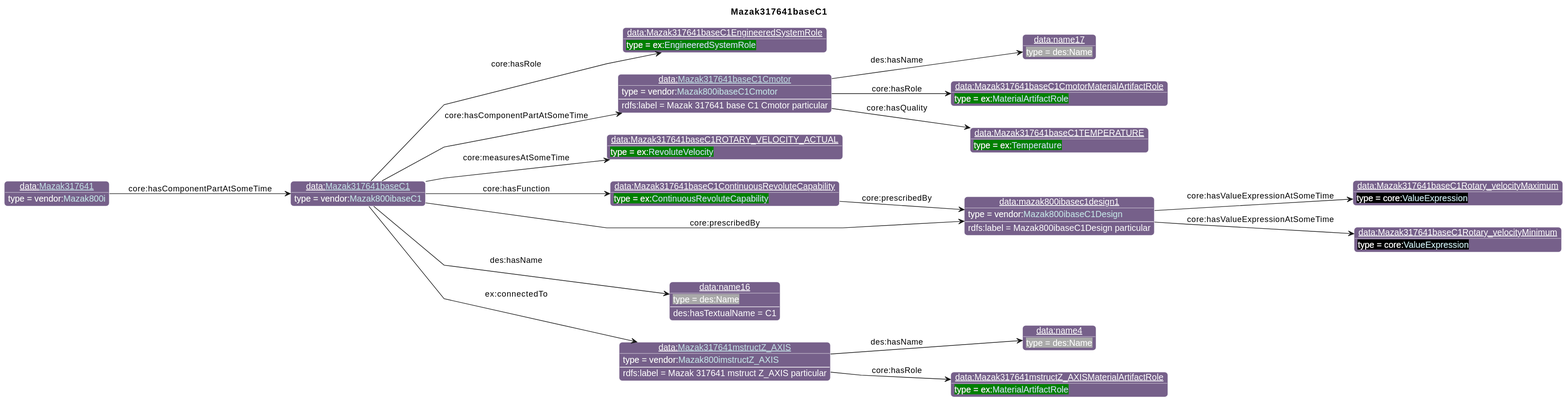
This is diagrams/Mazak317641baseC1.svg from iofoundry/example-syseng-mtconnect, a PlantUML export, as it was before one commit.
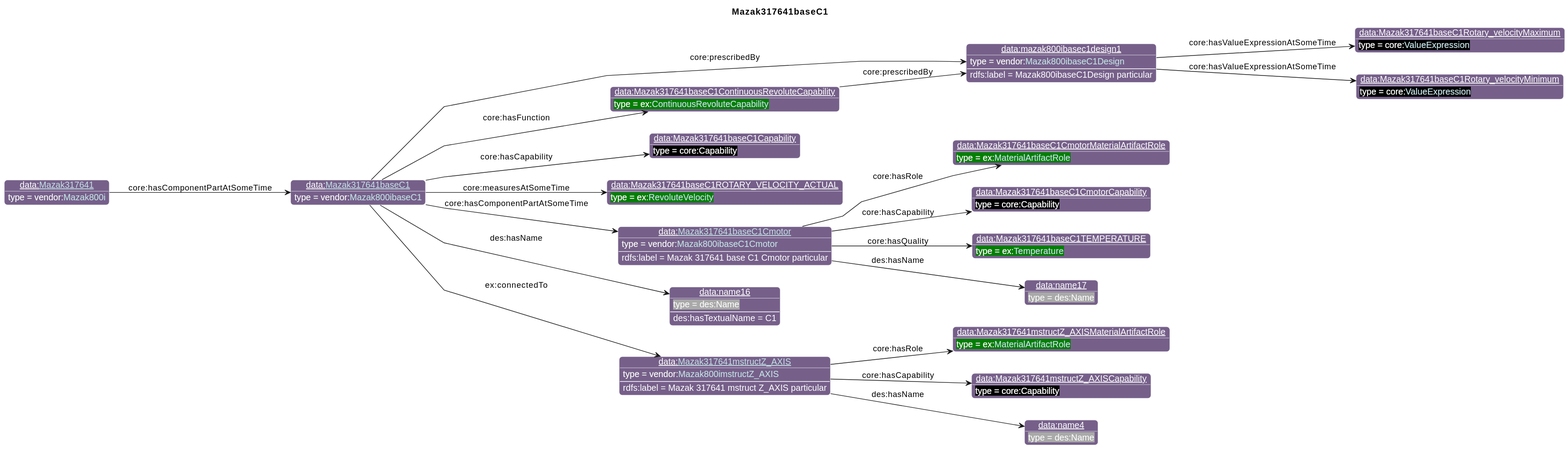
After the commit.

Change to the diagram source:
```diff
@@ -26,39 +26,43 @@
                       "qp":"641B2E"
       }
 individual(o0, data:[[./Mazak317641baseC1.html Mazak317641baseC1]], vendor:[[../Mazak.html#Mazak800ibaseC1 Mazak800ibaseC1]])
-individual(o1, data:Mazak317641baseC1EngineeredSystemRole, ex:[[../Example.html#EngineeredSystemRole EngineeredSystemRole]])
-individual(o2, data:mazak800ibasec1design1, vendor:[[../Mazak.html#Mazak800ibaseC1Design Mazak800ibaseC1Design]])
-individual(o3, data:Mazak317641baseC1Rotary_velocityMaximum, core:[[https://spec.industrialontologies.org/ontology/core/Core/ValueExpression ValueExpression]])
-individual(o4, data:Mazak317641baseC1Rotary_velocityMinimum, core:[[https://spec.industrialontologies.org/ontology/core/Core/ValueExpression ValueExpression]])
+individual(o1, data:mazak800ibasec1design1, vendor:[[../Mazak.html#Mazak800ibaseC1Design Mazak800ibaseC1Design]])
+individual(o2, data:Mazak317641baseC1Rotary_velocityMaximum, core:[[https://spec.industrialontologies.org/ontology/core/Core/ValueExpression ValueExpression]])
+individual(o3, data:Mazak317641baseC1Rotary_velocityMinimum, core:[[https://spec.industrialontologies.org/ontology/core/Core/ValueExpression ValueExpression]])
+individual(o4, data:Mazak317641baseC1Capability, core:Capability)
 individual(o5, data:Mazak317641baseC1ROTARY_VELOCITY_ACTUAL, ex:[[../Example.html#RevoluteVelocity RevoluteVelocity]])
 individual(o6, data:[[./Mazak317641baseC1Cmotor.html Mazak317641baseC1Cmotor]], vendor:[[../Mazak.html#Mazak800ibaseC1Cmotor Mazak800ibaseC1Cmotor]])
 individual(o7, data:Mazak317641baseC1CmotorMaterialArtifactRole, ex:[[../Example.html#MaterialArtifactRole MaterialArtifactRole]])
-individual(o8, data:Mazak317641baseC1TEMPERATURE, ex:[[../Example.html#Temperature Temperature]])
-individual(o9, data:name17, des:Name)
-individual(o10, data:Mazak317641baseC1ContinuousRevoluteCapability, ex:[[../Example.html#ContinuousRevoluteCapability ContinuousRevoluteCapability]])
-individual(o11, data:name16, des:Name)
-individual(o12, data:[[./Mazak317641mstructZ_AXIS.html Mazak317641mstructZ_AXIS]], vendor:[[../Mazak.html#Mazak800imstructZ_AXIS Mazak800imstructZ_AXIS]])
-individual(o13, data:Mazak317641mstructZ_AXISMaterialArtifactRole, ex:[[../Example.html#MaterialArtifactRole MaterialArtifactRole]])
-individual(o14, data:name4, des:Name)
-individual(o15, data:[[./Mazak317641.html Mazak317641]], vendor:[[../Mazak.html#Mazak800i Mazak800i]])
-property(o0, "core:hasRole", o1)
-property(o0, "core:prescribedBy", o2)
-data(o2, "rdfs:label", "Mazak800ibaseC1Design particular")
-property(o2, "core:hasValueExpressionAtSomeTime", o3)
-property(o2, "core:hasValueExpressionAtSomeTime", o4)
+individual(o8, data:Mazak317641baseC1CmotorCapability, core:Capability)
+individual(o9, data:Mazak317641baseC1TEMPERATURE, ex:[[../Example.html#Temperature Temperature]])
+individual(o10, data:name17, des:Name)
+individual(o11, data:Mazak317641baseC1ContinuousRevoluteCapability, ex:[[../Example.html#ContinuousRevoluteCapability ContinuousRevoluteCapability]])
+individual(o12, data:name16, des:Name)
+individual(o13, data:[[./Mazak317641mstructZ_AXIS.html Mazak317641mstructZ_AXIS]], vendor:[[../Mazak.html#Mazak800imstructZ_AXIS Mazak800imstructZ_AXIS]])
+individual(o14, data:Mazak317641mstructZ_AXISMaterialArtifactRole, ex:[[../Example.html#MaterialArtifactRole MaterialArtifactRole]])
+individual(o15, data:Mazak317641mstructZ_AXISCapability, core:Capability)
+individual(o16, data:name4, des:Name)
+individual(o17, data:[[./Mazak317641.html Mazak317641]], vendor:[[../Mazak.html#Mazak800i Mazak800i]])
+property(o0, "core:prescribedBy", o1)
+data(o1, "rdfs:label", "Mazak800ibaseC1Design particular")
+property(o1, "core:hasValueExpressionAtSomeTime", o2)
+property(o1, "core:hasValueExpressionAtSomeTime", o3)
+property(o0, "core:hasCapability", o4)
 property(o0, "core:measuresAtSomeTime", o5)
 property(o0, "core:hasComponentPartAtSomeTime", o6)
 data(o6, "rdfs:label", "Mazak 317641 base C1 Cmotor particular")
 property(o6, "core:hasRole", o7)
-property(o6, "core:hasQuality", o8)
-property(o6, "des:hasName", o9)
-property(o0, "core:hasFunction", o10)
-property(o10, "core:prescribedBy", o2)
-property(o0, "des:hasName", o11)
-data(o11, "des:hasTextualName", "C1")
-property(o0, "ex:connectedTo", o12)
-data(o12, "rdfs:label", "Mazak 317641 mstruct Z_AXIS particular")
-property(o12, "core:hasRole", o13)
-property(o12, "des:hasName", o14)
-property(o15, "core:hasComponentPartAtSomeTime", o0)
+property(o6, "core:hasCapability", o8)
+property(o6, "core:hasQuality", o9)
+property(o6, "des:hasName", o10)
+property(o0, "core:hasFunction", o11)
+property(o11, "core:prescribedBy", o1)
+property(o0, "des:hasName", o12)
+data(o12, "des:hasTextualName", "C1")
+property(o0, "ex:connectedTo", o13)
+data(o13, "rdfs:label", "Mazak 317641 mstruct Z_AXIS particular")
+property(o13, "core:hasRole", o14)
+property(o13, "core:hasCapability", o15)
+property(o13, "des:hasName", o16)
+property(o17, "core:hasComponentPartAtSomeTime", o0)
 @enduml
```
